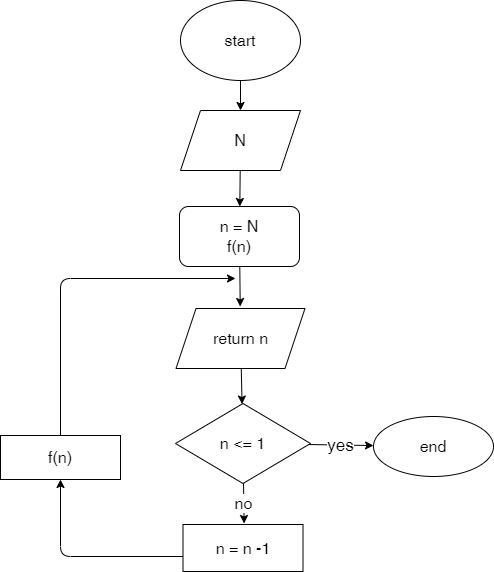
sergdmi/3-Code keeps this draw.io diagram as Homework/Lesson09/task64/alg.drawio.png. Above is the earlier version. Source tidied: cells renumbered, new cells last; positions are measured from the earlier drawing's top-left corner, leaving out a move shared by most shapes.
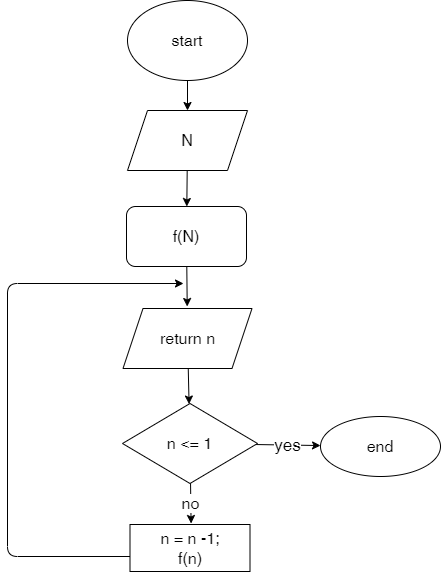
Above is the later version.

What changed in the source:
```diff
@@ -25,25 +25,16 @@
     <mxCell id="8" value="n &amp;lt;= 1" style="rhombus;whiteSpace=wrap;html=1;fontSize=16;" parent="1" vertex="1">
       <mxGeometry x="175" y="403" width="135" height="80" as="geometry" />
     </mxCell>
-    <mxCell id="9" style="edgeStyle=none;html=1;fontSize=16;" parent="1" edge="1" target="11">
+    <mxCell id="9" style="edgeStyle=none;html=1;fontSize=16;" parent="1" edge="1">
       <mxGeometry relative="1" as="geometry">
         <mxPoint x="189" y="556" as="sourcePoint" />
+        <mxPoint x="236" y="283" as="targetPoint" />
         <Array as="points">
           <mxPoint x="60" y="556" />
+          <mxPoint x="60" y="283" />
         </Array>
       </mxGeometry>
     </mxCell>
-    <mxCell id="10" style="edgeStyle=none;html=1;fontSize=16;" parent="1" edge="1" source="11">
-      <mxGeometry relative="1" as="geometry">
-        <mxPoint x="235" y="278" as="targetPoint" />
-        <Array as="points">
-          <mxPoint x="60" y="278" />
-        </Array>
-      </mxGeometry>
-    </mxCell>
-    <mxCell id="11" value="f(n)" style="whiteSpace=wrap;html=1;fontSize=16;" parent="1" vertex="1">
-      <mxGeometry y="435" width="120" height="44" as="geometry" />
-    </mxCell>
     <mxCell id="12" value="end" style="ellipse;whiteSpace=wrap;html=1;fontSize=16;" parent="1" vertex="1">
       <mxGeometry x="373" y="416" width="120" height="60" as="geometry" />
     </mxCell>
@@ -52,7 +43,7 @@
         <mxPoint x="239.7" y="306" as="targetPoint" />
       </mxGeometry>
     </mxCell>
-    <mxCell id="14" value="n = N&lt;br&gt;f(n)" style="rounded=1;whiteSpace=wrap;html=1;fontSize=16;" parent="1" vertex="1">
+    <mxCell id="14" value="f(N)" style="rounded=1;whiteSpace=wrap;html=1;fontSize=16;" parent="1" vertex="1">
       <mxGeometry x="179" y="206" width="120" height="60" as="geometry" />
     </mxCell>
     <mxCell id="15" style="edgeStyle=none;html=1;fontSize=16;" parent="1" edge="1" target="8">
@@ -63,7 +54,7 @@
     <mxCell id="16" value="return n" style="shape=parallelogram;perimeter=parallelogramPerimeter;whiteSpace=wrap;html=1;fixedSize=1;fontSize=16;" parent="1" vertex="1">
       <mxGeometry x="175.5" y="308" width="129" height="60" as="geometry" />
     </mxCell>
-    <mxCell id="17" value="n = n -1" style="rounded=0;whiteSpace=wrap;html=1;fontSize=16;" parent="1" vertex="1">
+    <mxCell id="17" value="n = n -1;&lt;br&gt;f(n)" style="rounded=0;whiteSpace=wrap;html=1;fontSize=16;" parent="1" vertex="1">
       <mxGeometry x="182.5" y="524" width="120" height="47" as="geometry" />
     </mxCell>
   </root>
```
